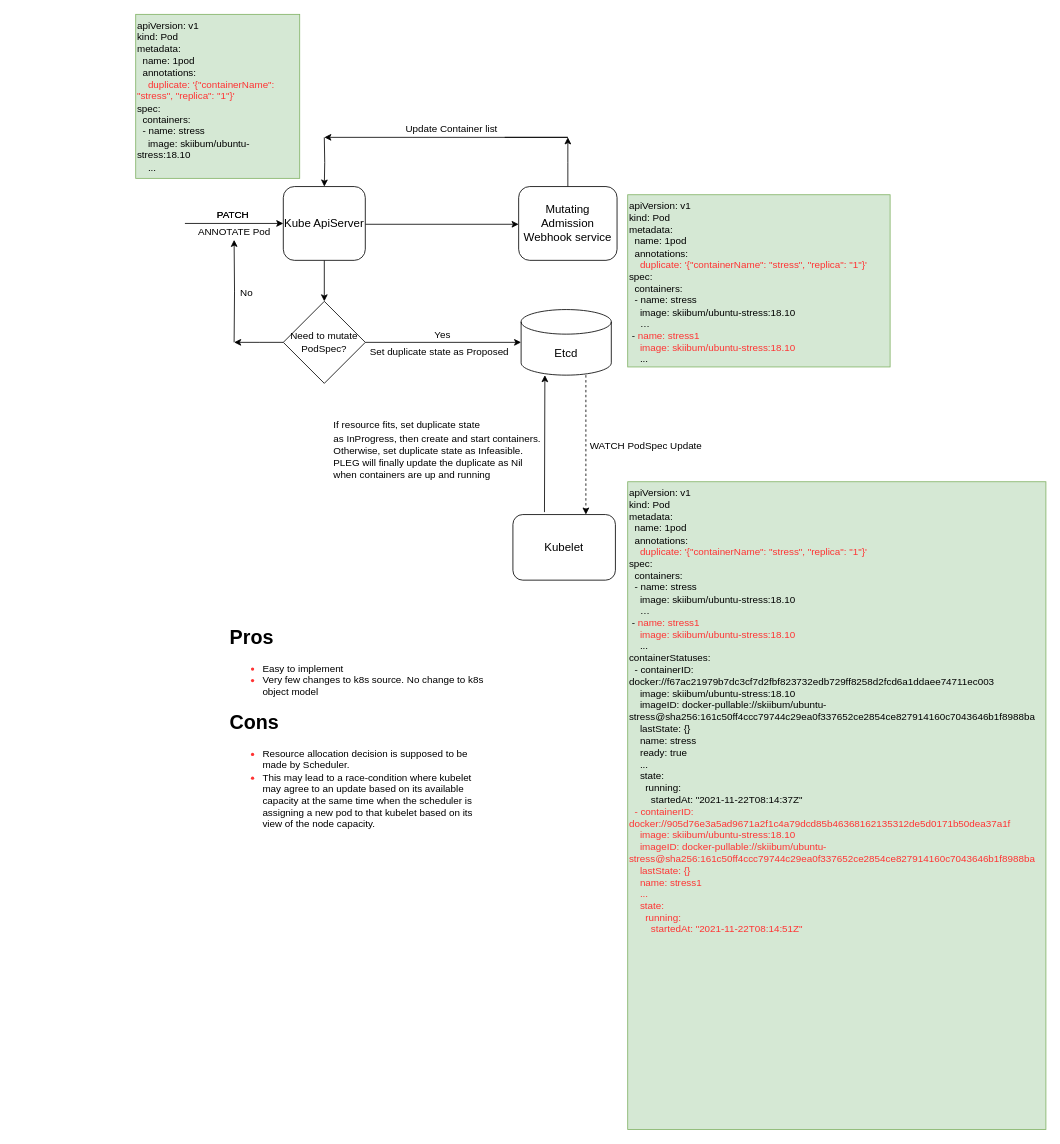
ichbinblau/OTC_Work_Log keeps this draw.io diagram as page "webhook" (1 of 4) of Untitled Diagram.drawio. Above is the earlier version. Source tidied: cells renumbered, new cells numbered last; positions are measured from the earlier drawing's top-left corner, leaving out a move shared by most shapes. Both pictures are drawn from the tidied source at 82%, with x=0, y=0 at pixel (135, 14).
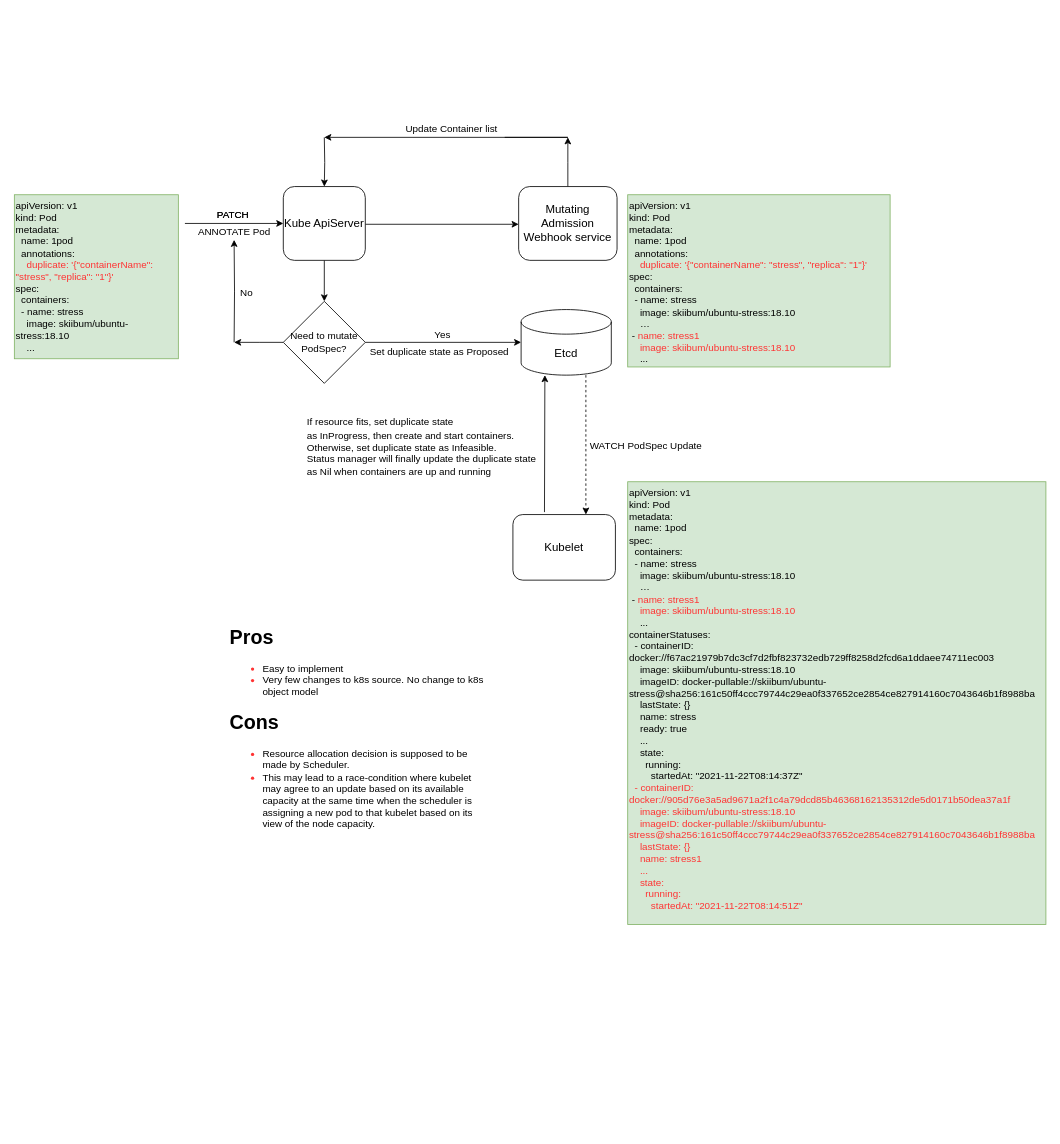
After the change.

Diff of the diagram source:
```diff
@@
-    <mxCell id="25" value="&lt;div style=&quot;text-align: left&quot;&gt;&lt;span style=&quot;font-size: 12px&quot;&gt;If resource fits, set duplicate state&amp;nbsp;&lt;/span&gt;&lt;/div&gt;&lt;div style=&quot;text-align: left&quot;&gt;&lt;span style=&quot;font-size: 12px&quot;&gt;as InProgress, then create and start containers.&amp;nbsp;&lt;/span&gt;&lt;/div&gt;&lt;font style=&quot;font-size: 12px&quot;&gt;&lt;div style=&quot;text-align: left&quot;&gt;&lt;span&gt;Otherwise, set duplicate state as Infeasible.&lt;/span&gt;&lt;/div&gt;&lt;div style=&quot;text-align: left&quot;&gt;PLEG will finally update the duplicate as Nil&lt;/div&gt;&lt;div style=&quot;text-align: left&quot;&gt;when containers are up and running&amp;nbsp;&lt;/div&gt;&lt;/font&gt;" style="text;html=1;align=center;verticalAlign=middle;fillColor=none;strokeColor=none;rounded=0;fontFamily=Helvetica;fontSize=14;" parent="1" vertex="1">
-      <mxGeometry x="234" y="485" width="270" height="90" as="geometry" />
+    <mxCell id="25" value="&lt;div style=&quot;text-align: left&quot;&gt;&lt;span style=&quot;font-size: 12px&quot;&gt;If resource fits, set duplicate state&amp;nbsp;&lt;/span&gt;&lt;/div&gt;&lt;div style=&quot;text-align: left&quot;&gt;&lt;span style=&quot;font-size: 12px&quot;&gt;as InProgress, then create and start containers.&amp;nbsp;&lt;/span&gt;&lt;/div&gt;&lt;font style=&quot;font-size: 12px&quot;&gt;&lt;div style=&quot;text-align: left&quot;&gt;&lt;span&gt;Otherwise, set duplicate state as Infeasible.&lt;/span&gt;&lt;/div&gt;&lt;div style=&quot;text-align: left&quot;&gt;Status manager will finally update the duplicate state&amp;nbsp;&lt;/div&gt;&lt;div style=&quot;text-align: left&quot;&gt;as Nil&amp;nbsp;&lt;span&gt;when containers are up and running&amp;nbsp;&lt;/span&gt;&lt;/div&gt;&lt;/font&gt;" style="text;html=1;align=center;verticalAlign=middle;fillColor=none;strokeColor=none;rounded=0;fontFamily=Helvetica;fontSize=14;" parent="1" vertex="1">
+      <mxGeometry x="200" y="481" width="300" height="90" as="geometry" />
     </mxCell>
@@
     <mxCell id="27" value="&lt;div&gt;apiVersion: v1&lt;/div&gt;&lt;div&gt;kind: Pod&lt;/div&gt;&lt;div&gt;metadata:&lt;/div&gt;&lt;div&gt;&amp;nbsp; name: 1pod&lt;/div&gt;&lt;div&gt;&amp;nbsp; annotations:&lt;/div&gt;&lt;div&gt;&lt;font color=&quot;#ff3333&quot;&gt;&amp;nbsp; &amp;nbsp; duplicate: '{&quot;containerName&quot;: &quot;stress&quot;, &quot;replica&quot;: &quot;1&quot;}'&lt;/font&gt;&lt;/div&gt;&lt;div&gt;spec:&lt;/div&gt;&lt;div&gt;&amp;nbsp; containers:&lt;/div&gt;&lt;div&gt;&amp;nbsp; - name: stress&lt;/div&gt;&lt;div&gt;&amp;nbsp; &amp;nbsp; image: skiibum/ubuntu-stress:18.10&lt;/div&gt;&lt;div&gt;&amp;nbsp; &amp;nbsp; ...&lt;/div&gt;" style="rounded=0;whiteSpace=wrap;html=1;fontFamily=Helvetica;fontSize=12;align=left;fillColor=#d5e8d4;strokeColor=#82b366;" parent="1" vertex="1">
-      <mxGeometry width="200" height="200" as="geometry" />
+      <mxGeometry x="-148" y="220" width="200" height="200" as="geometry" />
     </mxCell>
@@
-    <mxCell id="29" value="apiVersion: v1&lt;br&gt;kind: Pod&lt;br&gt;metadata:&lt;br&gt;&amp;nbsp; name: 1pod&lt;br&gt;&amp;nbsp; annotations:&lt;br&gt;&lt;font color=&quot;#ff3333&quot;&gt;&amp;nbsp; &amp;nbsp; duplicate: '{&quot;containerName&quot;: &quot;stress&quot;, &quot;replica&quot;: &quot;1&quot;}'&lt;br&gt;&lt;/font&gt;spec:&lt;br&gt;&amp;nbsp; containers:&lt;br&gt;&amp;nbsp; - name: stress&lt;br&gt;&amp;nbsp; &amp;nbsp; image: skiibum/ubuntu-stress:18.10&lt;br&gt;&amp;nbsp; &amp;nbsp; …&lt;br&gt;&amp;nbsp;- &lt;font color=&quot;#ff3333&quot;&gt;name: stress1&lt;br&gt;&amp;nbsp; &amp;nbsp; image: skiibum/ubuntu-stress:18.10&lt;/font&gt;&lt;br&gt;&amp;nbsp; &amp;nbsp; ...&lt;br&gt;&lt;div&gt;containerStatuses:&lt;/div&gt;&lt;div&gt;&amp;nbsp; - containerID: docker://f67ac21979b7dc3cf7d2fbf823732edb729ff8258d2fcd6a1ddaee74711ec003&lt;/div&gt;&lt;div&gt;&amp;nbsp; &amp;nbsp; image: skiibum/ubuntu-stress:18.10&lt;/div&gt;&lt;div&gt;&amp;nbsp; &amp;nbsp; imageID: docker-pullable://skiibum/ubuntu-stress@sha256:161c50ff4ccc79744c29ea0f337652ce2854ce827914160c7043646b1f8988ba&lt;/div&gt;&lt;div&gt;&amp;nbsp; &amp;nbsp; lastState: {}&lt;/div&gt;&lt;div&gt;&amp;nbsp; &amp;nbsp; name: stress&lt;/div&gt;&lt;div&gt;&amp;nbsp; &amp;nbsp; ready: true&lt;/div&gt;&lt;div&gt;&amp;nbsp; &amp;nbsp; ...&lt;/div&gt;&lt;div&gt;&amp;nbsp; &amp;nbsp; state:&lt;/div&gt;&lt;div&gt;&amp;nbsp; &amp;nbsp; &amp;nbsp; running:&lt;/div&gt;&lt;div&gt;&amp;nbsp; &amp;nbsp; &amp;nbsp; &amp;nbsp; startedAt: &quot;2021-11-22T08:14:37Z&quot;&lt;/div&gt;&lt;div&gt;&amp;nbsp;&lt;font color=&quot;#ff3333&quot;&gt; - containerID: docker://905d76e3a5ad9671a2f1c4a79dcd85b46368162135312de5d0171b50dea37a1f&lt;/font&gt;&lt;/div&gt;&lt;div&gt;&lt;font color=&quot;#ff3333&quot;&gt;&amp;nbsp; &amp;nbsp; image: skiibum/ubuntu-stress:18.10&lt;/font&gt;&lt;/div&gt;&lt;div&gt;&lt;font color=&quot;#ff3333&quot;&gt;&amp;nbsp; &amp;nbsp; imageID: docker-pullable://skiibum/ubuntu-stress@sha256:161c50ff4ccc79744c29ea0f337652ce2854ce827914160c7043646b1f8988ba&lt;/font&gt;&lt;/div&gt;&lt;div&gt;&lt;font color=&quot;#ff3333&quot;&gt;&amp;nbsp; &amp;nbsp; lastState: {}&lt;/font&gt;&lt;/div&gt;&lt;div&gt;&lt;font color=&quot;#ff3333&quot;&gt;&amp;nbsp; &amp;nbsp; name: stress1&lt;/font&gt;&lt;/div&gt;&lt;div&gt;&lt;font color=&quot;#ff3333&quot;&gt;&amp;nbsp; &amp;nbsp; ...&lt;/font&gt;&lt;/div&gt;&lt;div&gt;&lt;font color=&quot;#ff3333&quot;&gt;&amp;nbsp; &amp;nbsp; state:&lt;/font&gt;&lt;/div&gt;&lt;div&gt;&lt;font color=&quot;#ff3333&quot;&gt;&amp;nbsp; &amp;nbsp; &amp;nbsp; running:&lt;/font&gt;&lt;/div&gt;&lt;div&gt;&lt;font color=&quot;#ff3333&quot;&gt;&amp;nbsp; &amp;nbsp; &amp;nbsp; &amp;nbsp; startedAt: &quot;2021-11-22T08:14:51Z&quot;&lt;/font&gt;&lt;/div&gt;" style="text;whiteSpace=wrap;html=1;fontSize=12;fontFamily=Helvetica;fillColor=#d5e8d4;strokeColor=#82b366;" parent="1" vertex="1">
-      <mxGeometry x="600" y="570" width="510" height="790" as="geometry" />
+    <mxCell id="29" value="apiVersion: v1&lt;br&gt;kind: Pod&lt;br&gt;metadata:&lt;br&gt;&amp;nbsp; name: 1pod&lt;font color=&quot;#ff3333&quot;&gt;&lt;br&gt;&lt;/font&gt;spec:&lt;br&gt;&amp;nbsp; containers:&lt;br&gt;&amp;nbsp; - name: stress&lt;br&gt;&amp;nbsp; &amp;nbsp; image: skiibum/ubuntu-stress:18.10&lt;br&gt;&amp;nbsp; &amp;nbsp; …&lt;br&gt;&amp;nbsp;- &lt;font color=&quot;#ff3333&quot;&gt;name: stress1&lt;br&gt;&amp;nbsp; &amp;nbsp; image: skiibum/ubuntu-stress:18.10&lt;/font&gt;&lt;br&gt;&amp;nbsp; &amp;nbsp; ...&lt;br&gt;&lt;div&gt;containerStatuses:&lt;/div&gt;&lt;div&gt;&amp;nbsp; - containerID: docker://f67ac21979b7dc3cf7d2fbf823732edb729ff8258d2fcd6a1ddaee74711ec003&lt;/div&gt;&lt;div&gt;&amp;nbsp; &amp;nbsp; image: skiibum/ubuntu-stress:18.10&lt;/div&gt;&lt;div&gt;&amp;nbsp; &amp;nbsp; imageID: docker-pullable://skiibum/ubuntu-stress@sha256:161c50ff4ccc79744c29ea0f337652ce2854ce827914160c7043646b1f8988ba&lt;/div&gt;&lt;div&gt;&amp;nbsp; &amp;nbsp; lastState: {}&lt;/div&gt;&lt;div&gt;&amp;nbsp; &amp;nbsp; name: stress&lt;/div&gt;&lt;div&gt;&amp;nbsp; &amp;nbsp; ready: true&lt;/div&gt;&lt;div&gt;&amp;nbsp; &amp;nbsp; ...&lt;/div&gt;&lt;div&gt;&amp;nbsp; &amp;nbsp; state:&lt;/div&gt;&lt;div&gt;&amp;nbsp; &amp;nbsp; &amp;nbsp; running:&lt;/div&gt;&lt;div&gt;&amp;nbsp; &amp;nbsp; &amp;nbsp; &amp;nbsp; startedAt: &quot;2021-11-22T08:14:37Z&quot;&lt;/div&gt;&lt;div&gt;&amp;nbsp;&lt;font color=&quot;#ff3333&quot;&gt; - containerID: docker://905d76e3a5ad9671a2f1c4a79dcd85b46368162135312de5d0171b50dea37a1f&lt;/font&gt;&lt;/div&gt;&lt;div&gt;&lt;font color=&quot;#ff3333&quot;&gt;&amp;nbsp; &amp;nbsp; image: skiibum/ubuntu-stress:18.10&lt;/font&gt;&lt;/div&gt;&lt;div&gt;&lt;font color=&quot;#ff3333&quot;&gt;&amp;nbsp; &amp;nbsp; imageID: docker-pullable://skiibum/ubuntu-stress@sha256:161c50ff4ccc79744c29ea0f337652ce2854ce827914160c7043646b1f8988ba&lt;/font&gt;&lt;/div&gt;&lt;div&gt;&lt;font color=&quot;#ff3333&quot;&gt;&amp;nbsp; &amp;nbsp; lastState: {}&lt;/font&gt;&lt;/div&gt;&lt;div&gt;&lt;font color=&quot;#ff3333&quot;&gt;&amp;nbsp; &amp;nbsp; name: stress1&lt;/font&gt;&lt;/div&gt;&lt;div&gt;&lt;font color=&quot;#ff3333&quot;&gt;&amp;nbsp; &amp;nbsp; ...&lt;/font&gt;&lt;/div&gt;&lt;div&gt;&lt;font color=&quot;#ff3333&quot;&gt;&amp;nbsp; &amp;nbsp; state:&lt;/font&gt;&lt;/div&gt;&lt;div&gt;&lt;font color=&quot;#ff3333&quot;&gt;&amp;nbsp; &amp;nbsp; &amp;nbsp; running:&lt;/font&gt;&lt;/div&gt;&lt;div&gt;&lt;font color=&quot;#ff3333&quot;&gt;&amp;nbsp; &amp;nbsp; &amp;nbsp; &amp;nbsp; startedAt: &quot;2021-11-22T08:14:51Z&quot;&lt;/font&gt;&lt;/div&gt;" style="text;whiteSpace=wrap;html=1;fontSize=12;fontFamily=Helvetica;fillColor=#d5e8d4;strokeColor=#82b366;" parent="1" vertex="1">
+      <mxGeometry x="600" y="570" width="510" height="540" as="geometry" />
     </mxCell>
```
